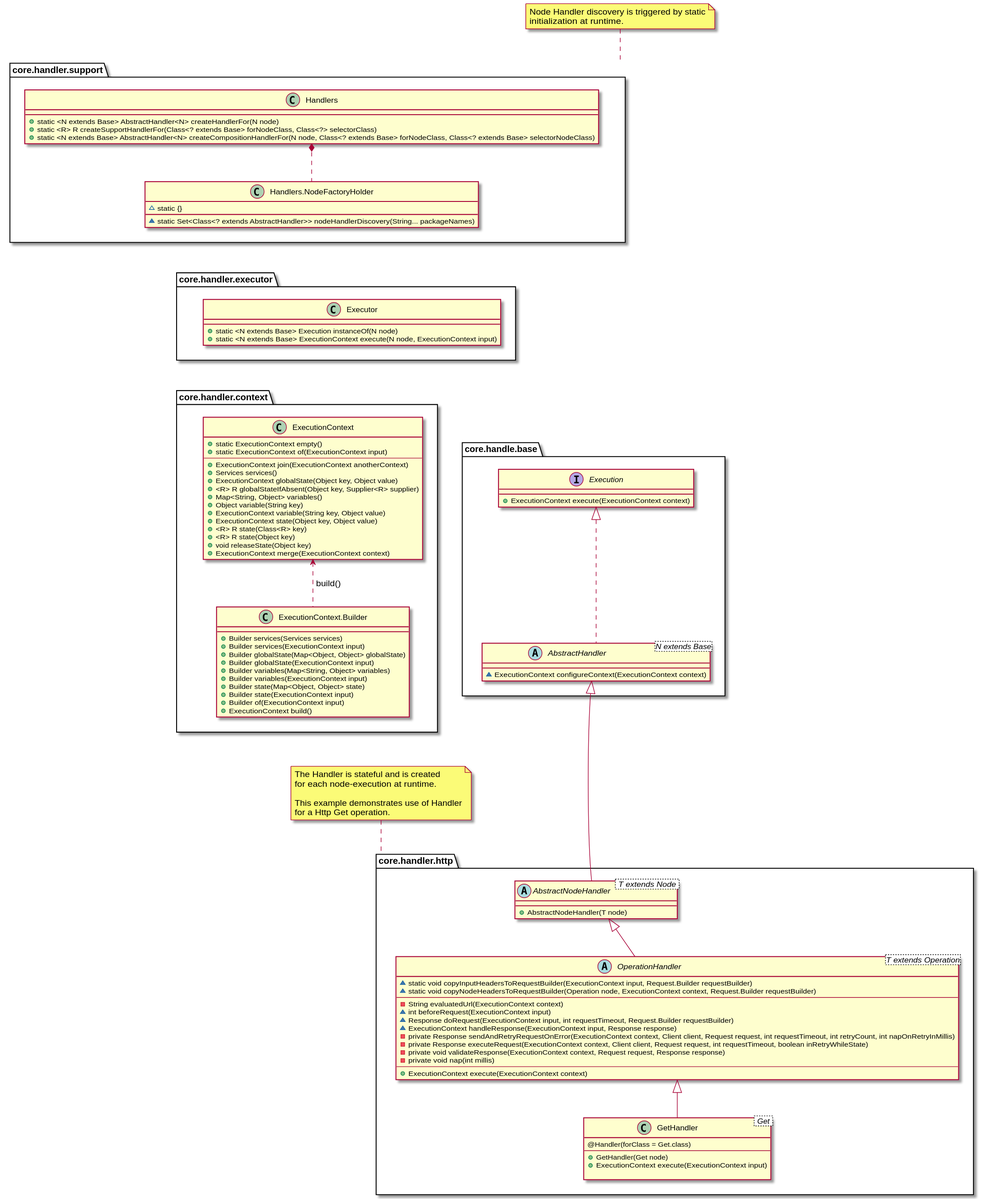
Above: docs/diagrams/dsl-handler-class-diagram.svg in descoped/data-collector-documentation (PlantUML), before the change.
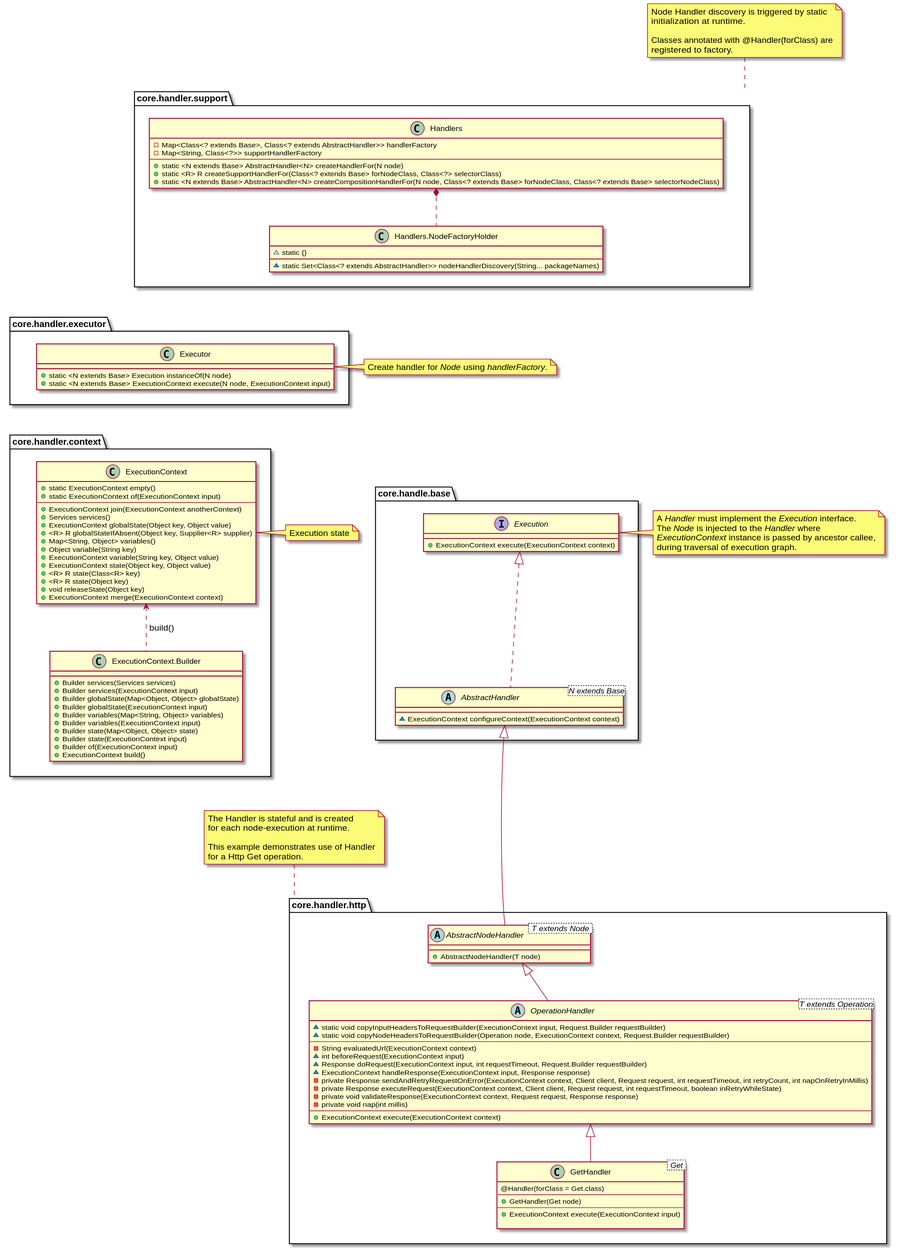
Above is the later version.

What changed in the source:
```diff
@@ -3,10 +3,16 @@
 note top of support
 Node Handler discovery is triggered by static
 initialization at runtime.
+
+Classes annotated with @Handler(forClass) are
+registered to factory.
 end note
 
 package "core.handler.support" as support {
     class Handlers {
+        -Map<Class<? extends Base>, Class<? extends AbstractHandler>> handlerFactory
+        -Map<String, Class<?>> supportHandlerFactory
+        --
         +static <N extends Base> AbstractHandler<N> createHandlerFor(N node)
         +static <R> R createSupportHandlerFor(Class<? extends Base> forNodeClass, Class<?> selectorClass)
         +static <N extends Base> AbstractHandler<N> createCompositionHandlerFor(N node, Class<? extends Base> forNodeClass, Class<? extends Base> selectorNodeClass)
@@ -26,6 +32,7 @@
         +static <N extends Base> ExecutionContext execute(N node, ExecutionContext input)
     }
 }
+note right of Executor : Create handler for <i>Node</i> using <i>handlerFactory</i>.
 
 package "core.handler.context" as context {
     class ExecutionContext {
@@ -62,6 +69,8 @@
     ExecutionContext <.. ExecutionContext.Builder : " build()"
 }
 
+note right of ExecutionContext : Execution state
+
 package "core.handle.base" as base {
     interface Execution {
         +ExecutionContext execute(ExecutionContext context)
@@ -71,6 +80,13 @@
         ~ExecutionContext configureContext(ExecutionContext context)
     }
 }
+
+note right of Execution
+A <i>Handler</i> must implement the <i>Execution</i> interface.
+The <i>Node</i> is injected to the <i>Handler</i> where
+<i>ExecutionContext</i> instance is passed by ancestor callee,
+during traversal of execution graph.
+end note
 
 note top of handler
 The Handler is stateful and is created
@@ -103,6 +119,7 @@
         @Handler(forClass = Get.class)
         --
         +GetHandler(Get node)
+        --
         +ExecutionContext execute(ExecutionContext input)
 
     }
@@ -112,6 +129,7 @@
     GetHandler -u-|> OperationHandler
 }
 
+
 executor -[hidden]- context
 context -[hidden] base
 support -[hidden]-- base
```
